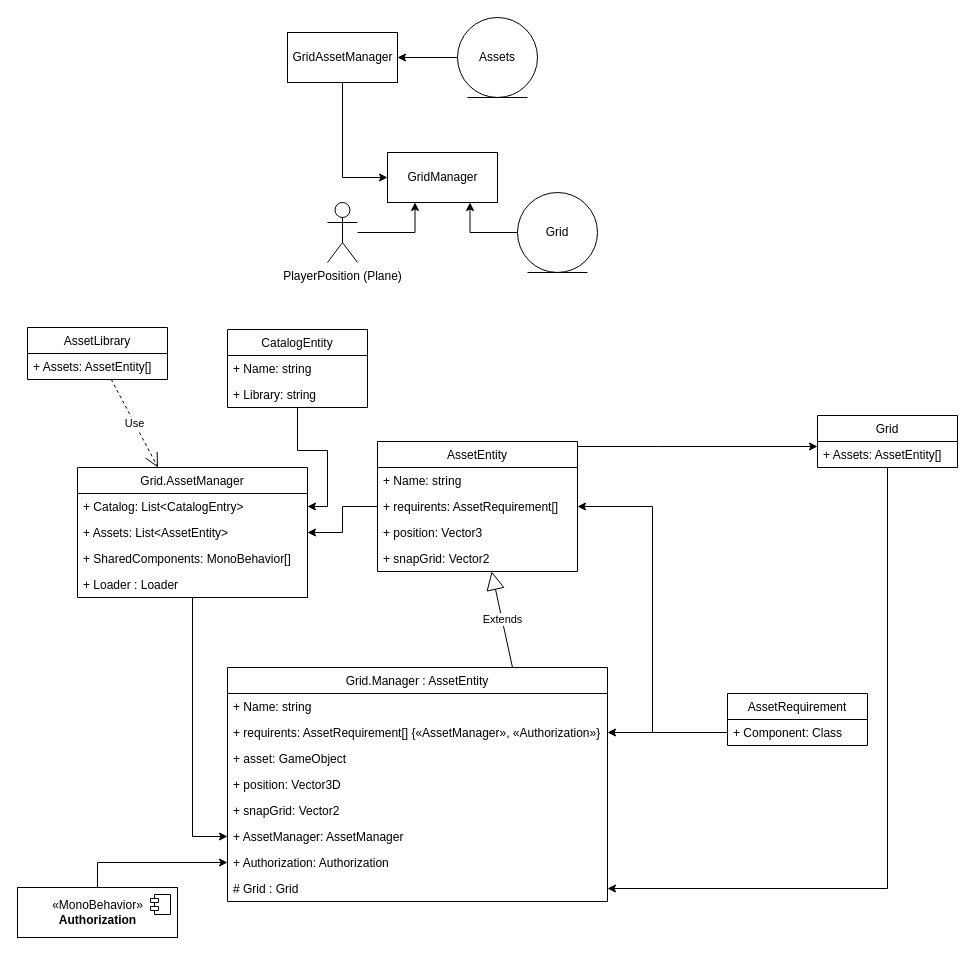
Earlier version of the draw.io diagram Unity/GridSystem.drawio (enbock/itbock.de). Source tidied: cells renumbered, new cells numbered last; positions are measured from the earlier drawing's top-left corner, leaving out a move shared by most shapes. Both pictures are drawn from the tidied source at 100%, with x=0, y=0 at pixel (17, 17).
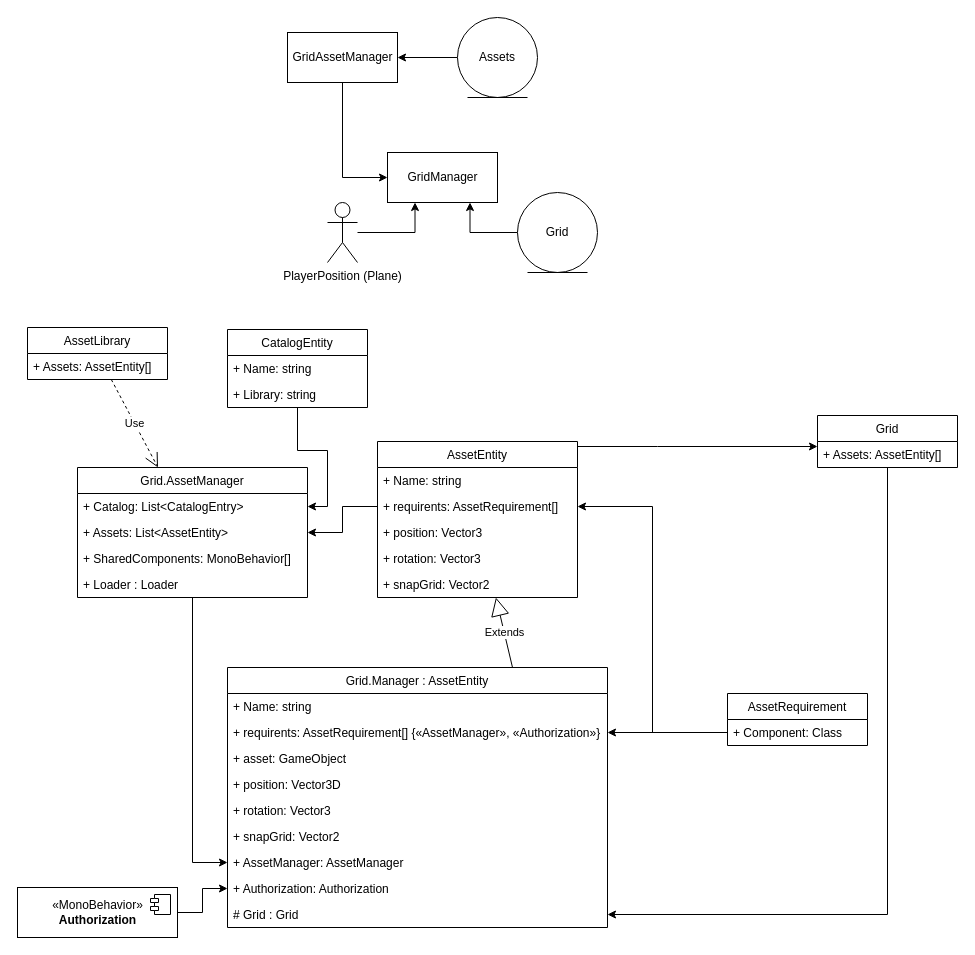
The same page after the edit.

Diff of the diagram source:
```diff
@@
     <mxCell id="22" value="AssetEntity" style="swimlane;fontStyle=0;horizontal=1;startSize=26;fillColor=none;" parent="1" vertex="1">
-      <mxGeometry x="360" y="424" width="200" height="130" as="geometry" />
+      <mxGeometry x="360" y="424" width="200" height="156" as="geometry" />
     </mxCell>
@@
+    <mxCell id="53" value="+ rotation: Vector3" style="text;strokeColor=none;fillColor=none;align=left;verticalAlign=top;spacingLeft=4;spacingRight=4;overflow=hidden;" parent="22" vertex="1">
+      <mxGeometry y="104" width="200" height="26" as="geometry" />
+    </mxCell>
     <mxCell id="26" value="+ snapGrid: Vector2" style="text;strokeColor=none;fillColor=none;align=left;verticalAlign=top;spacingLeft=4;spacingRight=4;overflow=hidden;" parent="22" vertex="1">
-      <mxGeometry y="104" width="200" height="26" as="geometry" />
+      <mxGeometry y="130" width="200" height="26" as="geometry" />
     </mxCell>
@@
     <mxCell id="33" value="Grid.Manager : AssetEntity" style="swimlane;fontStyle=0;horizontal=1;startSize=26;fillColor=none;" parent="1" vertex="1">
-      <mxGeometry x="210" y="650" width="380" height="234" as="geometry" />
+      <mxGeometry x="210" y="650" width="380" height="260" as="geometry" />
     </mxCell>
@@
+    <mxCell id="54" value="+ rotation: Vector3" style="text;strokeColor=none;fillColor=none;align=left;verticalAlign=top;spacingLeft=4;spacingRight=4;overflow=hidden;" parent="33" vertex="1">
+      <mxGeometry y="130" width="380" height="26" as="geometry" />
+    </mxCell>
     <mxCell id="38" value="+ snapGrid: Vector2" style="text;strokeColor=none;fillColor=none;align=left;verticalAlign=top;spacingLeft=4;spacingRight=4;overflow=hidden;" parent="33" vertex="1">
-      <mxGeometry y="130" width="380" height="26" as="geometry" />
+      <mxGeometry y="156" width="380" height="26" as="geometry" />
     </mxCell>
     <mxCell id="39" value="+ AssetManager: AssetManager&#10;" style="text;strokeColor=none;fillColor=none;align=left;verticalAlign=top;spacingLeft=4;spacingRight=4;overflow=hidden;points=[[0,0.5],[1,0.5]];portConstraint=eastwest;" parent="33" vertex="1">
-      <mxGeometry y="156" width="380" height="26" as="geometry" />
+      <mxGeometry y="182" width="380" height="26" as="geometry" />
     </mxCell>
     <mxCell id="40" value="+ Authorization: Authorization" style="text;strokeColor=none;fillColor=none;align=left;verticalAlign=top;spacingLeft=4;spacingRight=4;overflow=hidden;points=[[0,0.5],[1,0.5]];portConstraint=eastwest;" parent="33" vertex="1">
-      <mxGeometry y="182" width="380" height="26" as="geometry" />
+      <mxGeometry y="208" width="380" height="26" as="geometry" />
     </mxCell>
     <mxCell id="41" value="# Grid : Grid" style="text;strokeColor=none;fillColor=none;align=left;verticalAlign=top;spacingLeft=4;spacingRight=4;overflow=hidden;points=[[0,0.5],[1,0.5]];portConstraint=eastwest;" parent="33" vertex="1">
-      <mxGeometry y="208" width="380" height="26" as="geometry" />
+      <mxGeometry y="234" width="380" height="26" as="geometry" />
     </mxCell>
```
